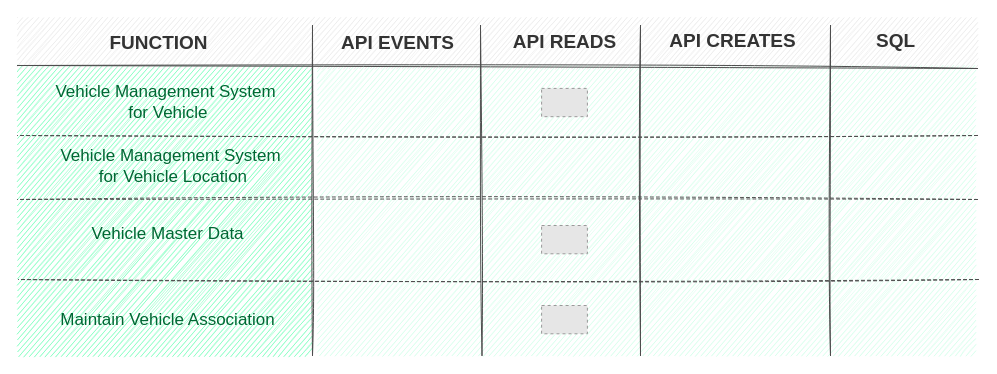
latonaio/sap-sandbox-vehicles keeps this draw.io diagram as documents/sap-sandbox-vehicle.drawio. Above is the earlier version. Source tidied: cells renumbered, new cells numbered last; positions are measured from the earlier drawing's top-left corner, leaving out a move shared by most shapes. Both pictures are drawn from the tidied source at 100%, with x=0, y=0 at pixel (17, 17). Pictures stored in the file or linked from it are replaced by grey dashed boxes.
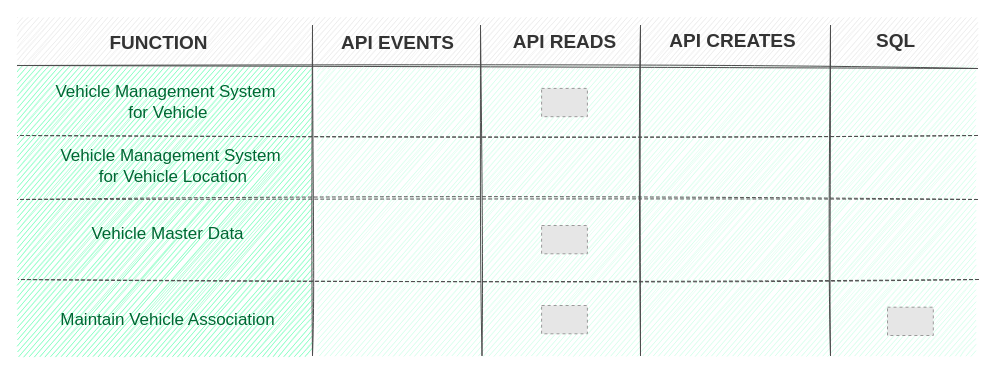
The same page after the edit.

Diff of the diagram source:
```diff
@@
+    <mxCell id="25" style="fillColor=#E6E6E6;strokeColor=#999999;dashed=1;verticalLabelPosition=bottom;labelBackgroundColor=#ffffff;verticalAlign=top;" parent="1" vertex="1">
+      <mxGeometry x="870" y="289.7" width="45.8" height="28.3" as="geometry" />
+    </mxCell>
```
